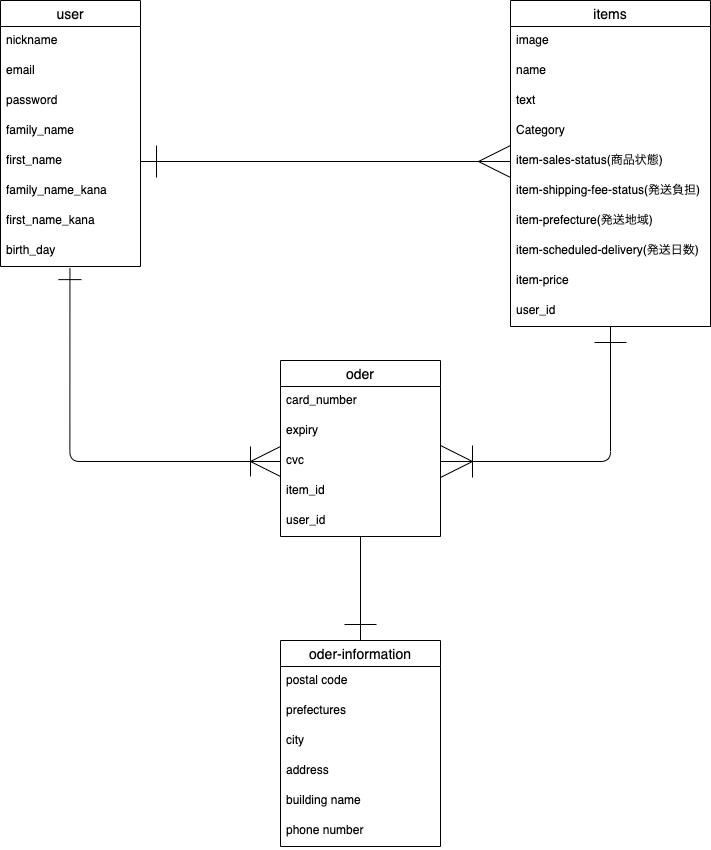
Above: 01furima-39277(ER図).png in gtn-74/furima-39277 (draw.io), before the change. Source tidied: cells renumbered, new cells last; positions are measured from the earlier drawing's top-left corner, leaving out a move shared by most shapes.
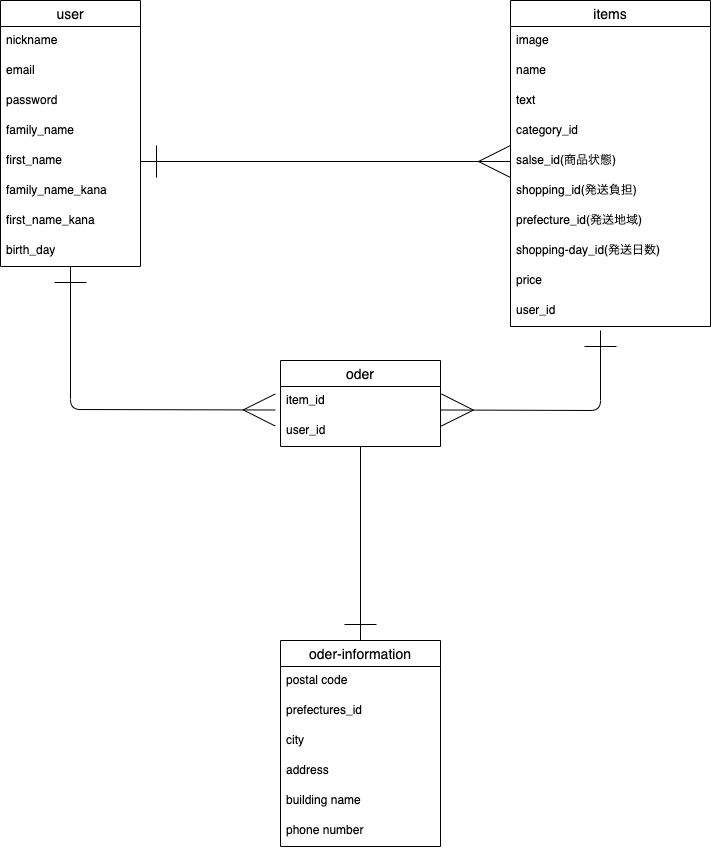
The same diagram one commit later.

Change to the diagram source:
```diff
@@ -2,6 +2,13 @@
   <root>
     <mxCell id="0" />
     <mxCell id="1" parent="0" />
+    <mxCell id="39" style="edgeStyle=none;html=1;entryX=-0.033;entryY=0.783;entryDx=0;entryDy=0;entryPerimeter=0;startArrow=ERone;startFill=0;endArrow=ERmany;endFill=0;endSize=30;startSize=30;" parent="1" edge="1" source="2" target="28">
+      <mxGeometry relative="1" as="geometry">
+        <Array as="points">
+          <mxPoint x="70" y="409" />
+        </Array>
+      </mxGeometry>
+    </mxCell>
     <mxCell id="2" value="user" style="swimlane;fontStyle=0;horizontal=1;startSize=26;align=center;fontSize=14;" parent="1" vertex="1">
       <mxGeometry width="140" height="266" as="geometry" />
     </mxCell>
@@ -29,13 +36,14 @@
     <mxCell id="10" value="birth_day" style="text;strokeColor=none;fillColor=none;spacingLeft=4;spacingRight=4;overflow=hidden;points=[[0,0.5],[1,0.5]];portConstraint=eastwest;fontSize=12;fontStyle=0;" parent="2" vertex="1">
       <mxGeometry y="236" width="140" height="30" as="geometry" />
     </mxCell>
-    <mxCell id="11" style="edgeStyle=orthogonalEdgeStyle;jumpStyle=arc;jumpSize=16;html=1;strokeColor=default;strokeWidth=1;startArrow=ERone;startFill=0;endArrow=ERoneToMany;endFill=0;startSize=30;endSize=30;entryX=1;entryY=0.5;entryDx=0;entryDy=0;" parent="1" edge="1" source="12" target="27">
-      <mxGeometry relative="1" as="geometry">
-        <Array as="points">
-          <mxPoint x="610" y="461" />
-        </Array>
-      </mxGeometry>
-    </mxCell>
+    <mxCell id="40" style="edgeStyle=none;html=1;startArrow=ERone;startFill=0;endArrow=ERmany;endFill=0;startSize=30;endSize=30;entryX=1.006;entryY=0.783;entryDx=0;entryDy=0;entryPerimeter=0;" parent="1" edge="1" target="28">
+      <mxGeometry relative="1" as="geometry">
+        <mxPoint x="600" y="330" as="sourcePoint" />
+        <Array as="points">
+          <mxPoint x="600" y="410" />
+        </Array>
+      </mxGeometry>
+    </mxCell>
     <mxCell id="12" value="items" style="swimlane;fontStyle=0;horizontal=1;startSize=26;align=center;fontSize=14;" parent="1" vertex="1">
       <mxGeometry x="510" width="200" height="326" as="geometry" />
     </mxCell>
@@ -48,22 +56,22 @@
     <mxCell id="15" value="text" style="text;strokeColor=none;fillColor=none;spacingLeft=4;spacingRight=4;overflow=hidden;fontSize=12;" parent="12" vertex="1">
       <mxGeometry y="86" width="200" height="30" as="geometry" />
     </mxCell>
-    <mxCell id="16" value="Category" style="text;strokeColor=none;fillColor=none;spacingLeft=4;spacingRight=4;overflow=hidden;fontSize=12;" parent="12" vertex="1">
+    <mxCell id="16" value="category_id" style="text;strokeColor=none;fillColor=none;spacingLeft=4;spacingRight=4;overflow=hidden;fontSize=12;" parent="12" vertex="1">
       <mxGeometry y="116" width="200" height="30" as="geometry" />
     </mxCell>
-    <mxCell id="17" value="item-sales-status(商品状態)" style="text;strokeColor=none;fillColor=none;spacingLeft=4;spacingRight=4;overflow=hidden;points=[[0,0.5],[1,0.5]];portConstraint=eastwest;fontSize=12;" parent="12" vertex="1">
+    <mxCell id="17" value="salse_id(商品状態)" style="text;strokeColor=none;fillColor=none;spacingLeft=4;spacingRight=4;overflow=hidden;points=[[0,0.5],[1,0.5]];portConstraint=eastwest;fontSize=12;" parent="12" vertex="1">
       <mxGeometry y="146" width="200" height="30" as="geometry" />
     </mxCell>
-    <mxCell id="18" value="item-shipping-fee-status(発送負担)" style="text;strokeColor=none;fillColor=none;spacingLeft=4;spacingRight=4;overflow=hidden;fontSize=12;" parent="12" vertex="1">
+    <mxCell id="18" value="shopping_id(発送負担)" style="text;strokeColor=none;fillColor=none;spacingLeft=4;spacingRight=4;overflow=hidden;fontSize=12;" parent="12" vertex="1">
       <mxGeometry y="176" width="200" height="30" as="geometry" />
     </mxCell>
-    <mxCell id="19" value="item-prefecture(発送地域)&#10;" style="text;strokeColor=none;fillColor=none;spacingLeft=4;spacingRight=4;overflow=hidden;fontSize=12;" parent="12" vertex="1">
+    <mxCell id="19" value="prefecture_id(発送地域)" style="text;strokeColor=none;fillColor=none;spacingLeft=4;spacingRight=4;overflow=hidden;fontSize=12;" parent="12" vertex="1">
       <mxGeometry y="206" width="200" height="30" as="geometry" />
     </mxCell>
-    <mxCell id="20" value="item-scheduled-delivery(発送日数)" style="text;strokeColor=none;fillColor=none;spacingLeft=4;spacingRight=4;overflow=hidden;fontSize=12;" parent="12" vertex="1">
+    <mxCell id="20" value="shopping-day_id(発送日数)" style="text;strokeColor=none;fillColor=none;spacingLeft=4;spacingRight=4;overflow=hidden;fontSize=12;" parent="12" vertex="1">
       <mxGeometry y="236" width="200" height="30" as="geometry" />
     </mxCell>
-    <mxCell id="21" value="item-price" style="text;strokeColor=none;fillColor=none;spacingLeft=4;spacingRight=4;overflow=hidden;fontSize=12;" parent="12" vertex="1">
+    <mxCell id="21" value="price" style="text;strokeColor=none;fillColor=none;spacingLeft=4;spacingRight=4;overflow=hidden;fontSize=12;" parent="12" vertex="1">
       <mxGeometry y="266" width="200" height="30" as="geometry" />
     </mxCell>
     <mxCell id="22" value="user_id" style="text;strokeColor=none;fillColor=none;spacingLeft=4;spacingRight=4;overflow=hidden;fontSize=12;" parent="12" vertex="1">
@@ -73,22 +81,13 @@
       <mxGeometry relative="1" as="geometry" />
     </mxCell>
     <mxCell id="24" value="oder" style="swimlane;fontStyle=0;horizontal=1;startSize=26;align=center;fontSize=14;" parent="1" vertex="1">
-      <mxGeometry x="280" y="360" width="160" height="176" as="geometry" />
+      <mxGeometry x="280" y="360" width="160" height="86" as="geometry" />
     </mxCell>
-    <mxCell id="25" value="card_number" style="text;strokeColor=none;fillColor=none;spacingLeft=4;spacingRight=4;overflow=hidden;fontSize=12;" parent="24" vertex="1">
-      <mxGeometry y="26" width="160" height="30" as="geometry" />
-    </mxCell>
-    <mxCell id="26" value="expiry" style="text;strokeColor=none;fillColor=none;spacingLeft=4;spacingRight=4;overflow=hidden;fontSize=12;" parent="24" vertex="1">
-      <mxGeometry y="56" width="160" height="30" as="geometry" />
-    </mxCell>
-    <mxCell id="27" value="cvc" style="text;strokeColor=none;fillColor=none;spacingLeft=4;spacingRight=4;overflow=hidden;points=[[0,0.5],[1,0.5]];portConstraint=eastwest;fontSize=12;" parent="24" vertex="1">
-      <mxGeometry y="86" width="160" height="30" as="geometry" />
-    </mxCell>
     <mxCell id="28" value="item_id" style="text;strokeColor=none;fillColor=none;spacingLeft=4;spacingRight=4;overflow=hidden;points=[[0,0.5],[1,0.5]];portConstraint=eastwest;fontSize=12;" parent="24" vertex="1">
-      <mxGeometry y="116" width="160" height="30" as="geometry" />
+      <mxGeometry y="26" width="160" height="30" as="geometry" />
     </mxCell>
     <mxCell id="29" value="user_id" style="text;strokeColor=none;fillColor=none;spacingLeft=4;spacingRight=4;overflow=hidden;fontSize=12;" parent="24" vertex="1">
-      <mxGeometry y="146" width="160" height="30" as="geometry" />
+      <mxGeometry y="56" width="160" height="30" as="geometry" />
     </mxCell>
     <mxCell id="30" value="oder-information" style="swimlane;fontStyle=0;horizontal=1;startSize=26;align=center;fontSize=14;" parent="1" vertex="1">
       <mxGeometry x="280" y="640" width="160" height="206" as="geometry" />
@@ -96,7 +95,7 @@
     <mxCell id="31" value="postal code" style="text;strokeColor=none;fillColor=none;spacingLeft=4;spacingRight=4;overflow=hidden;fontSize=12;" parent="30" vertex="1">
       <mxGeometry y="26" width="160" height="30" as="geometry" />
     </mxCell>
-    <mxCell id="32" value="prefectures" style="text;strokeColor=none;fillColor=none;spacingLeft=4;spacingRight=4;overflow=hidden;fontSize=12;" parent="30" vertex="1">
+    <mxCell id="32" value="prefectures_id" style="text;strokeColor=none;fillColor=none;spacingLeft=4;spacingRight=4;overflow=hidden;fontSize=12;" parent="30" vertex="1">
       <mxGeometry y="56" width="160" height="30" as="geometry" />
     </mxCell>
     <mxCell id="33" value="city" style="text;strokeColor=none;fillColor=none;spacingLeft=4;spacingRight=4;overflow=hidden;fontSize=12;" parent="30" vertex="1">
@@ -114,12 +113,5 @@
     <mxCell id="37" style="endArrow=ERmany;html=1;rounded=0;entryX=0;entryY=0.5;entryDx=0;entryDy=0;strokeColor=default;endFill=0;exitX=1;exitY=0.5;exitDx=0;exitDy=0;startArrow=ERone;startFill=0;strokeWidth=1;endSize=30;startSize=30;" parent="1" edge="1" source="7" target="17">
       <mxGeometry relative="1" as="geometry" />
     </mxCell>
-    <mxCell id="38" style="edgeStyle=orthogonalEdgeStyle;html=1;entryX=0;entryY=0.5;entryDx=0;entryDy=0;endArrow=ERoneToMany;endFill=0;endSize=28;exitX=0.496;exitY=1.054;exitDx=0;exitDy=0;exitPerimeter=0;startArrow=ERone;startFill=0;startSize=21;jumpSize=16;jumpStyle=arc;" parent="1" edge="1" source="10" target="27">
-      <mxGeometry relative="1" as="geometry">
-        <Array as="points">
-          <mxPoint x="69" y="461" />
-        </Array>
-      </mxGeometry>
-    </mxCell>
   </root>
 </mxGraphModel>
```
